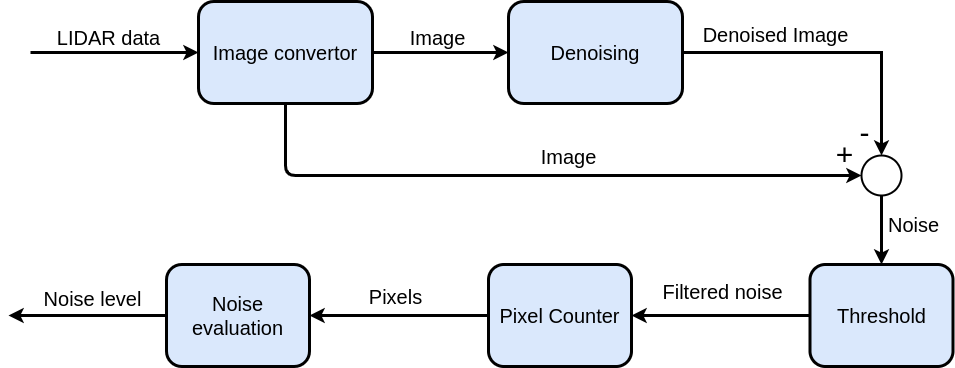
Earlier version of the draw.io export diagrams/Principle.png (elkuno213/point-cloud-denoising). Source tidied: cells renumbered, new cells last; positions are measured from the earlier drawing's top-left corner, leaving out a move shared by most shapes. Its diagram source:
```xml
<mxGraphModel>
  <root>
    <mxCell id="0" />
    <mxCell id="1" parent="0" />
    <mxCell id="2" value="&lt;font style=&quot;font-size: 20px&quot;&gt;Image convertor&lt;/font&gt;" style="rounded=1;whiteSpace=wrap;html=1;strokeWidth=3;fillColor=#dae8fc;" parent="1" vertex="1">
      <mxGeometry x="190" width="174" height="102" as="geometry" />
    </mxCell>
    <mxCell id="3" style="endArrow=classic;html=1;entryX=0;entryY=0.5;entryDx=0;entryDy=0;strokeWidth=3;" parent="1" edge="1" target="2">
      <mxGeometry relative="1" as="geometry">
        <mxPoint x="22" y="51" as="sourcePoint" />
      </mxGeometry>
    </mxCell>
    <mxCell id="4" value="&lt;font style=&quot;font-size: 20px&quot;&gt;LIDAR data&lt;/font&gt;" style="edgeLabel;html=1;align=center;verticalAlign=middle;" parent="3" vertex="1">
      <mxGeometry x="-0.2" y="-1" relative="1" as="geometry">
        <mxPoint x="10" y="-16" as="offset" />
      </mxGeometry>
    </mxCell>
    <mxCell id="5" style="edgeStyle=orthogonalEdgeStyle;rounded=0;jettySize=auto;html=1;strokeWidth=3;entryX=0.5;entryY=0;entryDx=0;entryDy=0;entryPerimeter=0;" parent="1" edge="1" source="8" target="16">
      <mxGeometry relative="1" as="geometry" />
    </mxCell>
    <mxCell id="6" value="&lt;font style=&quot;font-size: 20px&quot;&gt;Denoised Image&lt;/font&gt;" style="edgeLabel;html=1;align=center;verticalAlign=middle;" parent="5" vertex="1">
      <mxGeometry x="-0.19" y="1" relative="1" as="geometry">
        <mxPoint x="-30" y="-17" as="offset" />
      </mxGeometry>
    </mxCell>
    <mxCell id="7" value="&lt;font style=&quot;font-size: 30px&quot;&gt;-&lt;/font&gt;" style="edgeLabel;html=1;align=center;verticalAlign=middle;" parent="5" vertex="1">
      <mxGeometry x="0.76" y="1" relative="1" as="geometry">
        <mxPoint x="-18" y="14" as="offset" />
      </mxGeometry>
    </mxCell>
    <mxCell id="8" value="&lt;font style=&quot;font-size: 20px&quot;&gt;Denoising&lt;/font&gt;" style="rounded=1;whiteSpace=wrap;html=1;strokeWidth=3;fillColor=#dae8fc;" parent="1" vertex="1">
      <mxGeometry x="500" width="174" height="102" as="geometry" />
    </mxCell>
    <mxCell id="9" style="endArrow=classic;html=1;strokeWidth=3;exitX=1;exitY=0.5;exitDx=0;exitDy=0;entryX=0;entryY=0.5;entryDx=0;entryDy=0;" parent="1" edge="1" source="2" target="8">
      <mxGeometry relative="1" as="geometry" />
    </mxCell>
    <mxCell id="10" value="&lt;font style=&quot;font-size: 20px&quot;&gt;Image&lt;/font&gt;" style="edgeLabel;html=1;align=center;verticalAlign=middle;" parent="9" vertex="1">
      <mxGeometry x="-0.2" y="-1" relative="1" as="geometry">
        <mxPoint x="10" y="-16" as="offset" />
      </mxGeometry>
    </mxCell>
    <mxCell id="11" style="endArrow=classic;html=1;strokeWidth=3;exitX=0.5;exitY=1;exitDx=0;exitDy=0;entryX=0;entryY=0.5;entryDx=0;entryDy=0;entryPerimeter=0;" parent="1" edge="1" source="2" target="16">
      <mxGeometry relative="1" as="geometry">
        <Array as="points">
          <mxPoint x="277" y="174" />
        </Array>
      </mxGeometry>
    </mxCell>
    <mxCell id="12" value="&lt;font style=&quot;font-size: 20px&quot;&gt;Image&lt;/font&gt;" style="edgeLabel;html=1;align=center;verticalAlign=middle;" parent="11" vertex="1">
      <mxGeometry x="-0.2" y="-1" relative="1" as="geometry">
        <mxPoint x="94" y="-20" as="offset" />
      </mxGeometry>
    </mxCell>
    <mxCell id="13" value="&lt;font style=&quot;font-size: 30px&quot;&gt;+&lt;/font&gt;" style="edgeLabel;html=1;align=center;verticalAlign=middle;labelBackgroundColor=none;" parent="11" vertex="1">
      <mxGeometry x="0.89" relative="1" as="geometry">
        <mxPoint x="17" y="-21" as="offset" />
      </mxGeometry>
    </mxCell>
    <mxCell id="14" style="edgeStyle=orthogonalEdgeStyle;rounded=0;jettySize=auto;html=1;entryX=0.5;entryY=0;entryDx=0;entryDy=0;strokeWidth=3;" parent="1" edge="1" source="16" target="19">
      <mxGeometry relative="1" as="geometry">
        <Array as="points">
          <mxPoint x="873" y="215" />
          <mxPoint x="873" y="215" />
        </Array>
      </mxGeometry>
    </mxCell>
    <mxCell id="15" value="&lt;span style=&quot;font-size: 20px&quot;&gt;Noise&lt;/span&gt;" style="edgeLabel;html=1;align=center;verticalAlign=middle;" parent="14" vertex="1">
      <mxGeometry x="0.18" y="-1" relative="1" as="geometry">
        <mxPoint x="33" y="-12" as="offset" />
      </mxGeometry>
    </mxCell>
    <mxCell id="16" style="strokeWidth=2;html=1;shape=mxgraph.flowchart.start_2;whiteSpace=wrap;labelBackgroundColor=none;" parent="1" vertex="1">
      <mxGeometry x="853" y="154" width="40" height="40" as="geometry" />
    </mxCell>
    <mxCell id="17" style="edgeStyle=orthogonalEdgeStyle;rounded=0;jettySize=auto;html=1;strokeWidth=3;" parent="1" edge="1" source="19" target="22">
      <mxGeometry relative="1" as="geometry" />
    </mxCell>
    <mxCell id="18" value="&lt;font style=&quot;font-size: 20px&quot;&gt;Filtered noise&lt;/font&gt;" style="edgeLabel;html=1;align=center;verticalAlign=middle;" parent="17" vertex="1">
      <mxGeometry x="-0.22" y="-3" relative="1" as="geometry">
        <mxPoint x="-19" y="-21" as="offset" />
      </mxGeometry>
    </mxCell>
    <mxCell id="19" value="&lt;font style=&quot;font-size: 20px&quot;&gt;Threshold&lt;/font&gt;" style="rounded=1;whiteSpace=wrap;html=1;strokeWidth=3;fillColor=#dae8fc;" parent="1" vertex="1">
      <mxGeometry x="801.5" y="263" width="143" height="102" as="geometry" />
    </mxCell>
    <mxCell id="20" style="edgeStyle=orthogonalEdgeStyle;rounded=0;jettySize=auto;html=1;strokeWidth=3;" parent="1" edge="1" source="22" target="23">
      <mxGeometry relative="1" as="geometry" />
    </mxCell>
    <mxCell id="21" value="&lt;span style=&quot;font-size: 20px&quot;&gt;Pixels&lt;/span&gt;" style="edgeLabel;html=1;align=center;verticalAlign=middle;" parent="20" vertex="1">
      <mxGeometry x="-0.13" y="-2" relative="1" as="geometry">
        <mxPoint x="-15" y="-17" as="offset" />
      </mxGeometry>
    </mxCell>
    <mxCell id="22" value="&lt;font style=&quot;font-size: 20px&quot;&gt;Pixel Counter&lt;/font&gt;" style="rounded=1;whiteSpace=wrap;html=1;strokeWidth=3;fillColor=#dae8fc;" parent="1" vertex="1">
      <mxGeometry x="480" y="263" width="143" height="102" as="geometry" />
    </mxCell>
    <mxCell id="23" value="&lt;font style=&quot;font-size: 20px&quot;&gt;Noise evaluation&lt;/font&gt;" style="rounded=1;whiteSpace=wrap;html=1;strokeWidth=3;fillColor=#dae8fc;" parent="1" vertex="1">
      <mxGeometry x="158" y="263" width="143" height="102" as="geometry" />
    </mxCell>
    <mxCell id="24" style="endArrow=classic;html=1;strokeWidth=3;exitX=0;exitY=0.5;exitDx=0;exitDy=0;" parent="1" edge="1" source="23">
      <mxGeometry relative="1" as="geometry">
        <mxPoint y="314" as="targetPoint" />
      </mxGeometry>
    </mxCell>
    <mxCell id="25" value="&lt;font style=&quot;font-size: 20px&quot;&gt;Noise level&lt;/font&gt;" style="edgeLabel;html=1;align=center;verticalAlign=middle;" parent="24" vertex="1">
      <mxGeometry x="-0.2" y="-1" relative="1" as="geometry">
        <mxPoint x="-11" y="-16" as="offset" />
      </mxGeometry>
    </mxCell>
  </root>
</mxGraphModel>
```
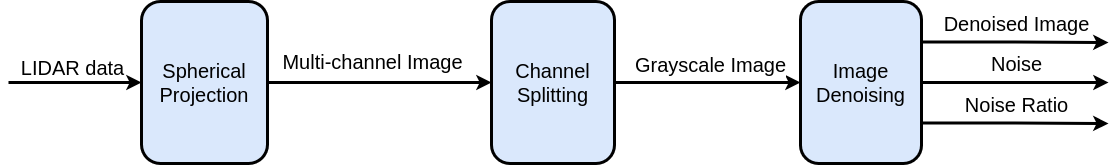
The same diagram one commit later.

Diff of the diagram source:
```diff
@@ -2,12 +2,12 @@
   <root>
     <mxCell id="0" />
     <mxCell id="1" parent="0" />
-    <mxCell id="2" value="&lt;font style=&quot;font-size: 20px&quot;&gt;Image convertor&lt;/font&gt;" style="rounded=1;whiteSpace=wrap;html=1;strokeWidth=3;fillColor=#dae8fc;" parent="1" vertex="1">
-      <mxGeometry x="190" width="174" height="102" as="geometry" />
+    <mxCell id="2" value="&lt;font style=&quot;font-size: 20px&quot;&gt;Spherical Projection&lt;/font&gt;" style="rounded=1;whiteSpace=wrap;html=1;strokeWidth=3;fillColor=#dae8fc;" parent="1" vertex="1">
+      <mxGeometry x="65" y="78" width="126" height="162" as="geometry" />
     </mxCell>
     <mxCell id="3" style="endArrow=classic;html=1;entryX=0;entryY=0.5;entryDx=0;entryDy=0;strokeWidth=3;" parent="1" edge="1" target="2">
       <mxGeometry relative="1" as="geometry">
-        <mxPoint x="22" y="51" as="sourcePoint" />
+        <mxPoint x="-68" y="159" as="sourcePoint" />
       </mxGeometry>
     </mxCell>
     <mxCell id="4" value="&lt;font style=&quot;font-size: 20px&quot;&gt;LIDAR data&lt;/font&gt;" style="edgeLabel;html=1;align=center;verticalAlign=middle;" parent="3" vertex="1">
@@ -15,97 +15,57 @@
         <mxPoint x="10" y="-16" as="offset" />
       </mxGeometry>
     </mxCell>
-    <mxCell id="5" style="edgeStyle=orthogonalEdgeStyle;rounded=0;jettySize=auto;html=1;strokeWidth=3;entryX=0.5;entryY=0;entryDx=0;entryDy=0;entryPerimeter=0;" parent="1" edge="1" source="8" target="16">
-      <mxGeometry relative="1" as="geometry" />
+    <mxCell id="5" style="edgeStyle=orthogonalEdgeStyle;rounded=0;jettySize=auto;html=1;strokeWidth=3;exitX=1;exitY=0.25;exitDx=0;exitDy=0;" parent="1" edge="1" source="8">
+      <mxGeometry relative="1" as="geometry">
+        <mxPoint x="1032" y="119" as="targetPoint" />
+      </mxGeometry>
     </mxCell>
     <mxCell id="6" value="&lt;font style=&quot;font-size: 20px&quot;&gt;Denoised Image&lt;/font&gt;" style="edgeLabel;html=1;align=center;verticalAlign=middle;" parent="5" vertex="1">
       <mxGeometry x="-0.19" y="1" relative="1" as="geometry">
-        <mxPoint x="-30" y="-17" as="offset" />
+        <mxPoint x="19" y="-18" as="offset" />
       </mxGeometry>
     </mxCell>
-    <mxCell id="7" value="&lt;font style=&quot;font-size: 30px&quot;&gt;-&lt;/font&gt;" style="edgeLabel;html=1;align=center;verticalAlign=middle;" parent="5" vertex="1">
-      <mxGeometry x="0.76" y="1" relative="1" as="geometry">
-        <mxPoint x="-18" y="14" as="offset" />
-      </mxGeometry>
-    </mxCell>
-    <mxCell id="8" value="&lt;font style=&quot;font-size: 20px&quot;&gt;Denoising&lt;/font&gt;" style="rounded=1;whiteSpace=wrap;html=1;strokeWidth=3;fillColor=#dae8fc;" parent="1" vertex="1">
-      <mxGeometry x="500" width="174" height="102" as="geometry" />
+    <mxCell id="8" value="&lt;font style=&quot;font-size: 20px&quot;&gt;Image Denoising&lt;/font&gt;" style="rounded=1;whiteSpace=wrap;html=1;strokeWidth=3;fillColor=#dae8fc;" parent="1" vertex="1">
+      <mxGeometry x="724" y="78" width="121" height="162" as="geometry" />
     </mxCell>
-    <mxCell id="9" style="endArrow=classic;html=1;strokeWidth=3;exitX=1;exitY=0.5;exitDx=0;exitDy=0;entryX=0;entryY=0.5;entryDx=0;entryDy=0;" parent="1" edge="1" source="2" target="8">
-      <mxGeometry relative="1" as="geometry" />
-    </mxCell>
-    <mxCell id="10" value="&lt;font style=&quot;font-size: 20px&quot;&gt;Image&lt;/font&gt;" style="edgeLabel;html=1;align=center;verticalAlign=middle;" parent="9" vertex="1">
-      <mxGeometry x="-0.2" y="-1" relative="1" as="geometry">
-        <mxPoint x="10" y="-16" as="offset" />
-      </mxGeometry>
-    </mxCell>
-    <mxCell id="11" style="endArrow=classic;html=1;strokeWidth=3;exitX=0.5;exitY=1;exitDx=0;exitDy=0;entryX=0;entryY=0.5;entryDx=0;entryDy=0;entryPerimeter=0;" parent="1" edge="1" source="2" target="16">
-      <mxGeometry relative="1" as="geometry">
-        <Array as="points">
-          <mxPoint x="277" y="174" />
-        </Array>
-      </mxGeometry>
-    </mxCell>
-    <mxCell id="12" value="&lt;font style=&quot;font-size: 20px&quot;&gt;Image&lt;/font&gt;" style="edgeLabel;html=1;align=center;verticalAlign=middle;" parent="11" vertex="1">
-      <mxGeometry x="-0.2" y="-1" relative="1" as="geometry">
-        <mxPoint x="94" y="-20" as="offset" />
-      </mxGeometry>
-    </mxCell>
-    <mxCell id="13" value="&lt;font style=&quot;font-size: 30px&quot;&gt;+&lt;/font&gt;" style="edgeLabel;html=1;align=center;verticalAlign=middle;labelBackgroundColor=none;" parent="11" vertex="1">
-      <mxGeometry x="0.89" relative="1" as="geometry">
-        <mxPoint x="17" y="-21" as="offset" />
-      </mxGeometry>
-    </mxCell>
-    <mxCell id="14" style="edgeStyle=orthogonalEdgeStyle;rounded=0;jettySize=auto;html=1;entryX=0.5;entryY=0;entryDx=0;entryDy=0;strokeWidth=3;" parent="1" edge="1" source="16" target="19">
-      <mxGeometry relative="1" as="geometry">
-        <Array as="points">
-          <mxPoint x="873" y="215" />
-          <mxPoint x="873" y="215" />
-        </Array>
-      </mxGeometry>
-    </mxCell>
+    <mxCell id="26" style="endArrow=classic;html=1;strokeWidth=3;exitX=1;exitY=0.5;exitDx=0;exitDy=0;entryX=0;entryY=0.5;entryDx=0;entryDy=0;" parent="1" edge="1" source="2" target="30">
+      <mxGeometry relative="1" as="geometry" />
+    </mxCell>
+    <mxCell id="27" value="&lt;font style=&quot;font-size: 20px&quot;&gt;Multi-channel Image&lt;/font&gt;" style="edgeLabel;html=1;align=center;verticalAlign=middle;" parent="26" vertex="1">
+      <mxGeometry x="0.53" y="1" relative="1" as="geometry">
+        <mxPoint x="-66" y="-20" as="offset" />
+      </mxGeometry>
+    </mxCell>
+    <mxCell id="28" style="edgeStyle=orthogonalEdgeStyle;rounded=0;jettySize=auto;html=1;strokeWidth=3;" parent="1" edge="1" source="30" target="8">
+      <mxGeometry relative="1" as="geometry" />
+    </mxCell>
+    <mxCell id="29" value="&lt;font style=&quot;font-size: 20px&quot;&gt;Grayscale Image&lt;/font&gt;" style="edgeLabel;html=1;align=center;verticalAlign=middle;" parent="28" vertex="1">
+      <mxGeometry x="-0.22" relative="1" as="geometry">
+        <mxPoint x="23" y="-18" as="offset" />
+      </mxGeometry>
+    </mxCell>
+    <mxCell id="30" value="&lt;font style=&quot;font-size: 20px&quot;&gt;Channel Splitting&lt;/font&gt;" style="rounded=1;whiteSpace=wrap;html=1;strokeWidth=3;fillColor=#dae8fc;" parent="1" vertex="1">
+      <mxGeometry x="415" y="78" width="123" height="162" as="geometry" />
+    </mxCell>
+    <mxCell id="31" style="edgeStyle=orthogonalEdgeStyle;rounded=0;jettySize=auto;html=1;strokeWidth=3;exitX=1;exitY=0.5;exitDx=0;exitDy=0;" parent="1" edge="1" source="8">
+      <mxGeometry relative="1" as="geometry">
+        <mxPoint x="1032" y="159" as="targetPoint" />
+      </mxGeometry>
+    </mxCell>
-    <mxCell id="15" value="&lt;span style=&quot;font-size: 20px&quot;&gt;Noise&lt;/span&gt;" style="edgeLabel;html=1;align=center;verticalAlign=middle;" parent="14" vertex="1">
-      <mxGeometry x="0.18" y="-1" relative="1" as="geometry">
-        <mxPoint x="33" y="-12" as="offset" />
+    <mxCell id="15" value="&lt;span style=&quot;font-size: 20px&quot;&gt;Noise&lt;/span&gt;" style="edgeLabel;html=1;align=center;verticalAlign=middle;" parent="31" vertex="1">
+      <mxGeometry x="-0.19" y="1" relative="1" as="geometry">
+        <mxPoint x="19" y="-18" as="offset" />
       </mxGeometry>
     </mxCell>
-    <mxCell id="16" style="strokeWidth=2;html=1;shape=mxgraph.flowchart.start_2;whiteSpace=wrap;labelBackgroundColor=none;" parent="1" vertex="1">
-      <mxGeometry x="853" y="154" width="40" height="40" as="geometry" />
-    </mxCell>
-    <mxCell id="17" style="edgeStyle=orthogonalEdgeStyle;rounded=0;jettySize=auto;html=1;strokeWidth=3;" parent="1" edge="1" source="19" target="22">
-      <mxGeometry relative="1" as="geometry" />
-    </mxCell>
-    <mxCell id="18" value="&lt;font style=&quot;font-size: 20px&quot;&gt;Filtered noise&lt;/font&gt;" style="edgeLabel;html=1;align=center;verticalAlign=middle;" parent="17" vertex="1">
-      <mxGeometry x="-0.22" y="-3" relative="1" as="geometry">
-        <mxPoint x="-19" y="-21" as="offset" />
-      </mxGeometry>
-    </mxCell>
-    <mxCell id="19" value="&lt;font style=&quot;font-size: 20px&quot;&gt;Threshold&lt;/font&gt;" style="rounded=1;whiteSpace=wrap;html=1;strokeWidth=3;fillColor=#dae8fc;" parent="1" vertex="1">
-      <mxGeometry x="801.5" y="263" width="143" height="102" as="geometry" />
-    </mxCell>
-    <mxCell id="20" style="edgeStyle=orthogonalEdgeStyle;rounded=0;jettySize=auto;html=1;strokeWidth=3;" parent="1" edge="1" source="22" target="23">
-      <mxGeometry relative="1" as="geometry" />
-    </mxCell>
-    <mxCell id="21" value="&lt;span style=&quot;font-size: 20px&quot;&gt;Pixels&lt;/span&gt;" style="edgeLabel;html=1;align=center;verticalAlign=middle;" parent="20" vertex="1">
-      <mxGeometry x="-0.13" y="-2" relative="1" as="geometry">
-        <mxPoint x="-15" y="-17" as="offset" />
-      </mxGeometry>
-    </mxCell>
-    <mxCell id="22" value="&lt;font style=&quot;font-size: 20px&quot;&gt;Pixel Counter&lt;/font&gt;" style="rounded=1;whiteSpace=wrap;html=1;strokeWidth=3;fillColor=#dae8fc;" parent="1" vertex="1">
-      <mxGeometry x="480" y="263" width="143" height="102" as="geometry" />
-    </mxCell>
-    <mxCell id="23" value="&lt;font style=&quot;font-size: 20px&quot;&gt;Noise evaluation&lt;/font&gt;" style="rounded=1;whiteSpace=wrap;html=1;strokeWidth=3;fillColor=#dae8fc;" parent="1" vertex="1">
-      <mxGeometry x="158" y="263" width="143" height="102" as="geometry" />
-    </mxCell>
-    <mxCell id="24" style="endArrow=classic;html=1;strokeWidth=3;exitX=0;exitY=0.5;exitDx=0;exitDy=0;" parent="1" edge="1" source="23">
-      <mxGeometry relative="1" as="geometry">
-        <mxPoint y="314" as="targetPoint" />
-      </mxGeometry>
-    </mxCell>
-    <mxCell id="25" value="&lt;font style=&quot;font-size: 20px&quot;&gt;Noise level&lt;/font&gt;" style="edgeLabel;html=1;align=center;verticalAlign=middle;" parent="24" vertex="1">
-      <mxGeometry x="-0.2" y="-1" relative="1" as="geometry">
-        <mxPoint x="-11" y="-16" as="offset" />
-      </mxGeometry>
-    </mxCell>
+    <mxCell id="32" style="edgeStyle=orthogonalEdgeStyle;rounded=0;jettySize=auto;html=1;strokeWidth=3;exitX=1;exitY=0.75;exitDx=0;exitDy=0;" parent="1" edge="1" source="8">
+      <mxGeometry relative="1" as="geometry">
+        <mxPoint x="1032" y="200" as="targetPoint" />
+      </mxGeometry>
+    </mxCell>
+    <mxCell id="33" value="&lt;font style=&quot;font-size: 20px&quot;&gt;Noise Ratio&lt;/font&gt;" style="edgeLabel;html=1;align=center;verticalAlign=middle;" parent="32" vertex="1">
+      <mxGeometry x="-0.19" y="1" relative="1" as="geometry">
+        <mxPoint x="19" y="-18" as="offset" />
+      </mxGeometry>
+    </mxCell>
   </root>
 </mxGraphModel>
```
